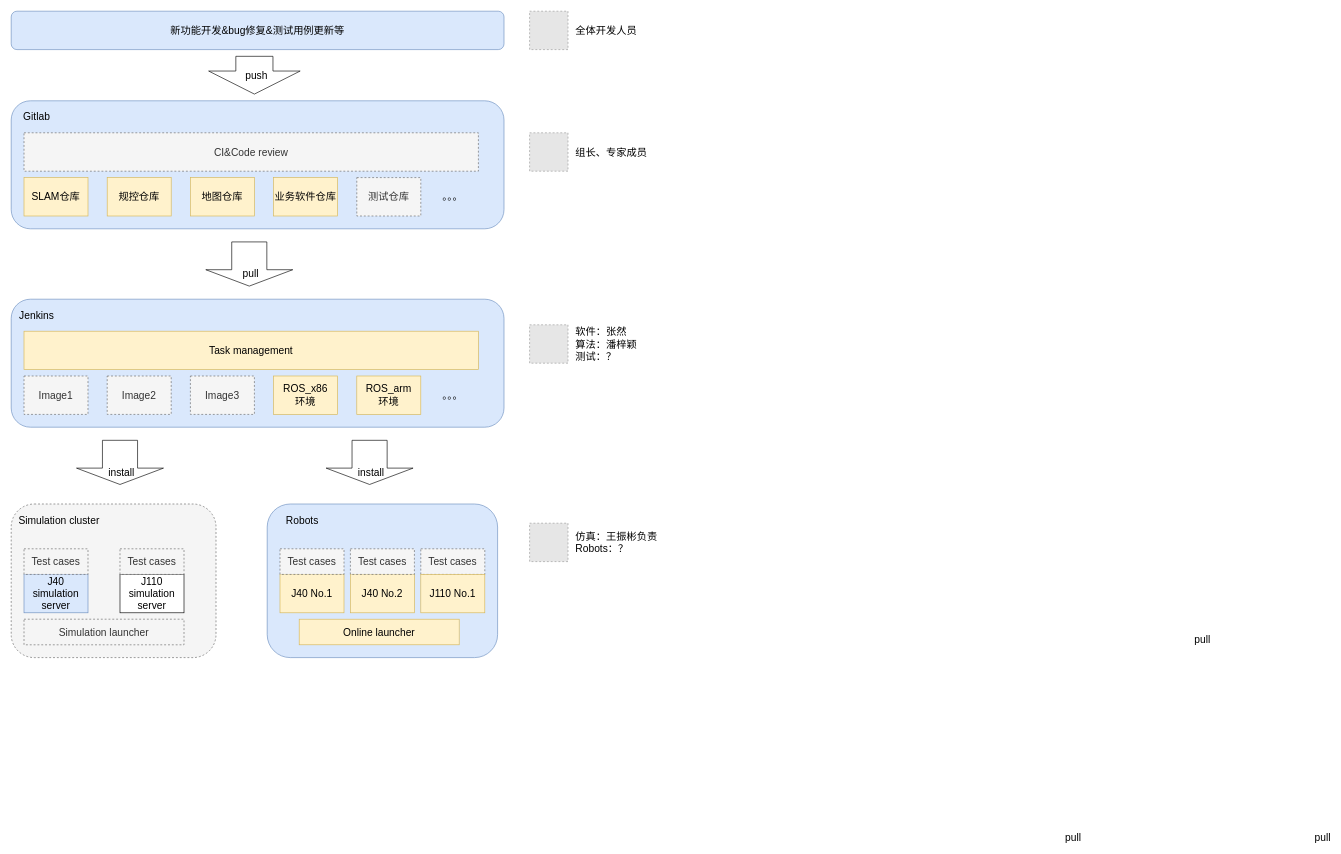
The draw.io diagram 清洁机器人自动化测试流程.drawio in mMikaa00/For_draw_io, before the edit. Source tidied: cells renumbered, new cells numbered last; positions are measured from the earlier drawing's top-left corner, leaving out a move shared by most shapes. Both pictures are drawn from the tidied source at 64%, with x=0, y=0 at pixel (11, 11). Pictures stored in the file or linked from it are replaced by grey dashed boxes.
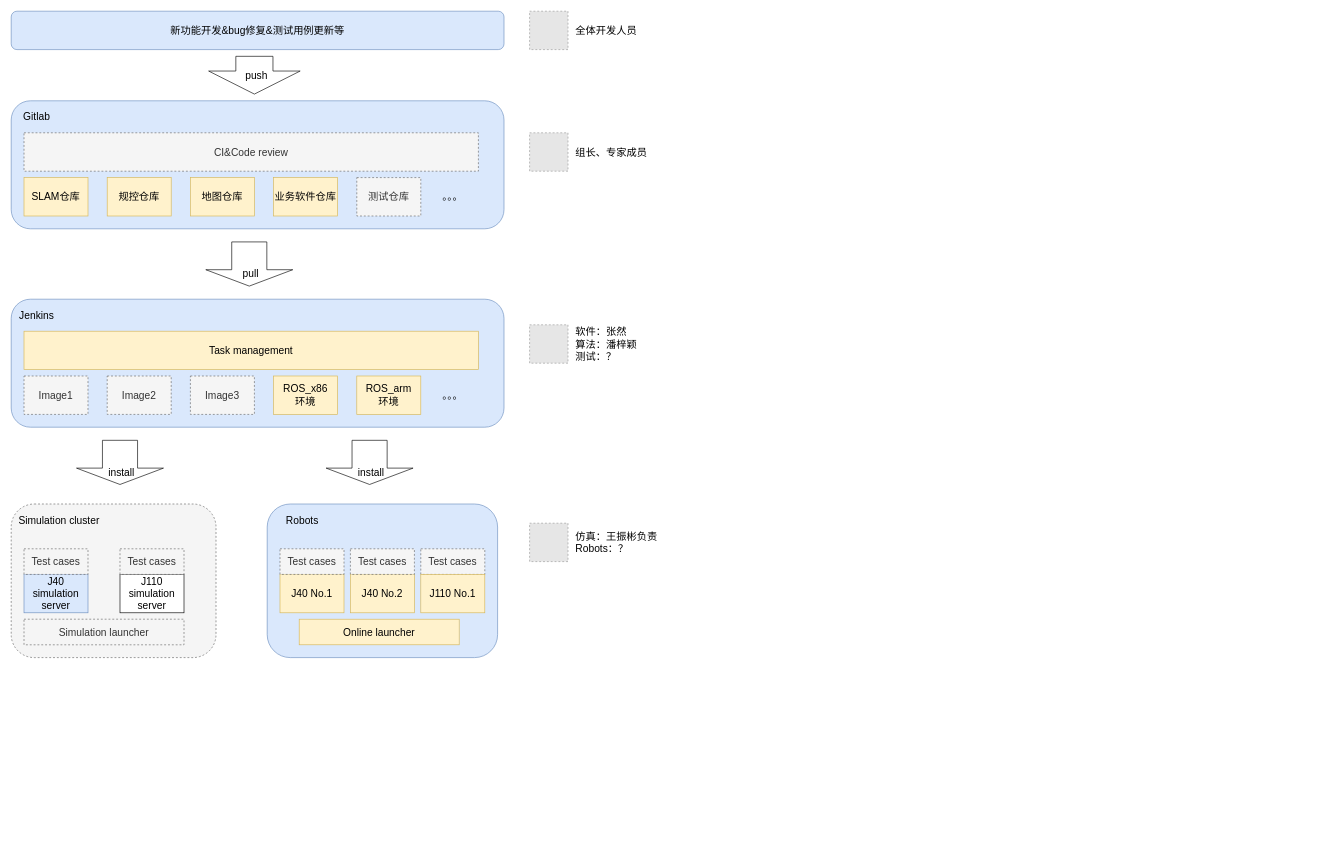
The same page after the edit.

Commit message (it also covers changes not shown here):
更新清洁机器人自动化测试流程.drawio

Unchanged cells that the change refers to:
```xml
<mxCell id="18" style="shape=flexArrow;endArrow=classic;html=1;rounded=0;fontSize=16;endWidth=80;endSize=8.188571428571429;width=54.857142857142854;" parent="1" edge="1">
  <mxGeometry relative="1" as="geometry">
    <mxPoint x="372" y="360" as="sourcePoint" />
    <mxPoint x="372" y="430" as="targetPoint" />
  </mxGeometry>
</mxCell>
<mxCell id="40" style="shape=flexArrow;endArrow=classic;html=1;rounded=0;fontSize=16;endWidth=80;endSize=8.188571428571429;width=54.857142857142854;" parent="1" edge="1">
  <mxGeometry relative="1" as="geometry">
    <mxPoint x="170" y="670" as="sourcePoint" />
    <mxPoint x="170" y="740" as="targetPoint" />
  </mxGeometry>
</mxCell>
<mxCell id="43" style="shape=flexArrow;endArrow=classic;html=1;rounded=0;fontSize=16;endWidth=80;endSize=8.188571428571429;width=54.857142857142854;" parent="1" edge="1">
  <mxGeometry relative="1" as="geometry">
    <mxPoint x="560" y="670" as="sourcePoint" />
    <mxPoint x="560" y="740" as="targetPoint" />
  </mxGeometry>
</mxCell>
```

What changed in the source:
```diff
@@
-    <mxCell id="19" value="pull" style="edgeLabel;html=1;align=center;verticalAlign=middle;fontSize=16;" parent="18" vertex="1">
-      <mxGeometry x="0.43" y="2" relative="1" as="geometry">
-        <mxPoint x="1486" y="570" as="offset" />
-      </mxGeometry>
-    </mxCell>
@@
-    <mxCell id="41" value="pull" style="edgeLabel;html=1;align=center;verticalAlign=middle;fontSize=16;" parent="40" vertex="1">
-      <mxGeometry x="0.43" y="2" relative="1" as="geometry">
-        <mxPoint x="1486" y="570" as="offset" />
-      </mxGeometry>
-    </mxCell>
@@
-    <mxCell id="44" value="pull" style="edgeLabel;html=1;align=center;verticalAlign=middle;fontSize=16;" parent="43" vertex="1">
-      <mxGeometry x="0.43" y="2" relative="1" as="geometry">
-        <mxPoint x="1486" y="570" as="offset" />
-      </mxGeometry>
-    </mxCell>
```
